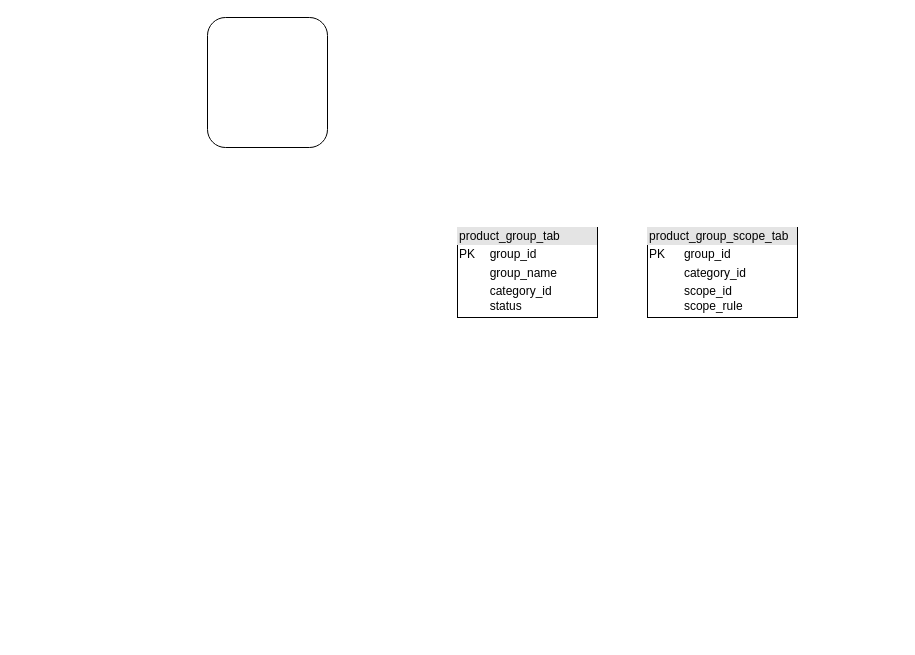
The draw.io diagram page "第 10 页" (10 of 10) of source/diagrams/hotel.drawio in wxquare/wxquare.github.io, before the edit. Source tidied: cells renumbered, new cells numbered last; positions are measured from the earlier drawing's top-left corner, leaving out a move shared by most shapes. Both pictures are drawn from the tidied source at 100%, with x=0, y=0 at pixel (207, 17).
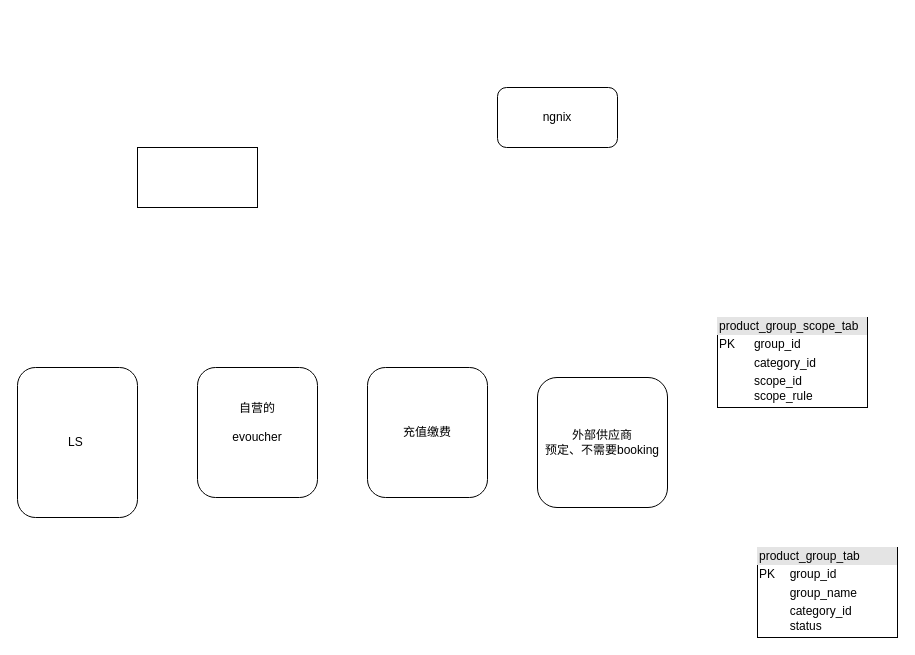
After the change.

Diff of the diagram source:
```diff
@@
 <mxGraphModel>
   <root>
     <mxCell id="0" />
     <mxCell id="1" parent="0" />
     <mxCell id="2" style="rounded=1;whiteSpace=wrap;html=1;" parent="1" vertex="1">
-      <mxGeometry width="120" height="130" as="geometry" />
+      <mxGeometry x="-10" y="350" width="120" height="130" as="geometry" />
     </mxCell>
     <mxCell id="3" value="&lt;div style=&quot;box-sizing:border-box;width:100%;background:#e4e4e4;padding:2px;&quot;&gt;product_group_tab&lt;br&gt;&lt;/div&gt;&lt;table style=&quot;width:100%;font-size:1em;&quot; cellpadding=&quot;2&quot; cellspacing=&quot;0&quot;&gt;&lt;tbody&gt;&lt;tr&gt;&lt;td&gt;PK&lt;/td&gt;&lt;td&gt;group_id&lt;/td&gt;&lt;/tr&gt;&lt;tr&gt;&lt;td&gt;&lt;br&gt;&lt;/td&gt;&lt;td&gt;group_name&lt;/td&gt;&lt;/tr&gt;&lt;tr&gt;&lt;td&gt;&lt;/td&gt;&lt;td&gt;category_id&lt;br&gt;status&lt;/td&gt;&lt;/tr&gt;&lt;/tbody&gt;&lt;/table&gt;" style="verticalAlign=top;align=left;overflow=fill;html=1;whiteSpace=wrap;" parent="1" vertex="1">
-      <mxGeometry x="250" y="210" width="140" height="90" as="geometry" />
+      <mxGeometry x="550" y="530" width="140" height="90" as="geometry" />
     </mxCell>
     <mxCell id="4" value="&lt;div style=&quot;box-sizing:border-box;width:100%;background:#e4e4e4;padding:2px;&quot;&gt;product_group_scope_tab&lt;/div&gt;&lt;table style=&quot;width:100%;font-size:1em;&quot; cellpadding=&quot;2&quot; cellspacing=&quot;0&quot;&gt;&lt;tbody&gt;&lt;tr&gt;&lt;td&gt;PK&lt;/td&gt;&lt;td&gt;group_id&lt;/td&gt;&lt;/tr&gt;&lt;tr&gt;&lt;td&gt;&lt;br&gt;&lt;/td&gt;&lt;td&gt;category_id&lt;/td&gt;&lt;/tr&gt;&lt;tr&gt;&lt;td&gt;&lt;/td&gt;&lt;td&gt;scope_id&lt;br&gt;scope_rule&lt;/td&gt;&lt;/tr&gt;&lt;/tbody&gt;&lt;/table&gt;" style="verticalAlign=top;align=left;overflow=fill;html=1;whiteSpace=wrap;" parent="1" vertex="1">
-      <mxGeometry x="440" y="210" width="150" height="90" as="geometry" />
+      <mxGeometry x="510" y="300" width="150" height="90" as="geometry" />
     </mxCell>
+    <mxCell id="5" value="ngnix" style="rounded=1;whiteSpace=wrap;html=1;" parent="1" vertex="1">
+      <mxGeometry x="290" y="70" width="120" height="60" as="geometry" />
+    </mxCell>
+    <mxCell id="6" value="自营的&lt;br&gt;&lt;br&gt;evoucher" style="text;html=1;strokeColor=none;fillColor=none;align=center;verticalAlign=middle;whiteSpace=wrap;rounded=0;" parent="1" vertex="1">
+      <mxGeometry x="20" y="390" width="60" height="30" as="geometry" />
+    </mxCell>
+    <mxCell id="7" value="充值缴费" style="rounded=1;whiteSpace=wrap;html=1;" parent="1" vertex="1">
+      <mxGeometry x="160" y="350" width="120" height="130" as="geometry" />
+    </mxCell>
+    <mxCell id="8" value="LS&amp;nbsp;" style="rounded=1;whiteSpace=wrap;html=1;" parent="1" vertex="1">
+      <mxGeometry x="-190" y="350" width="120" height="150" as="geometry" />
+    </mxCell>
+    <mxCell id="9" style="rounded=0;whiteSpace=wrap;html=1;" parent="1" vertex="1">
+      <mxGeometry x="-70" y="130" width="120" height="60" as="geometry" />
+    </mxCell>
+    <mxCell id="10" value="外部供应商&lt;br&gt;预定、不需要booking" style="rounded=1;whiteSpace=wrap;html=1;" parent="1" vertex="1">
+      <mxGeometry x="330" y="360" width="130" height="130" as="geometry" />
+    </mxCell>
   </root>
 </mxGraphModel>
```
